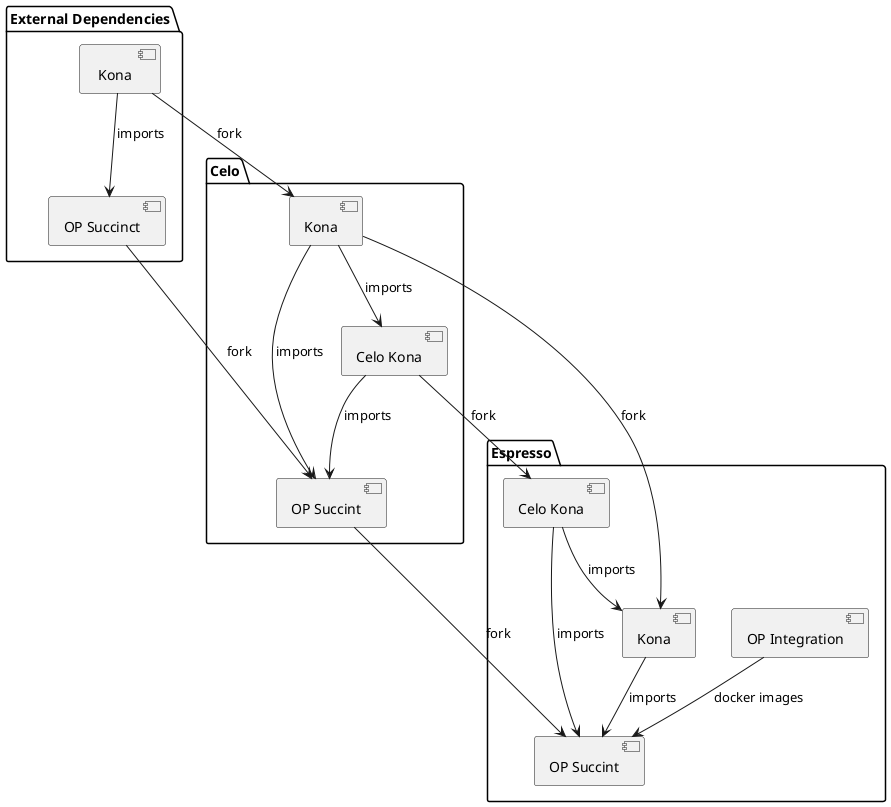
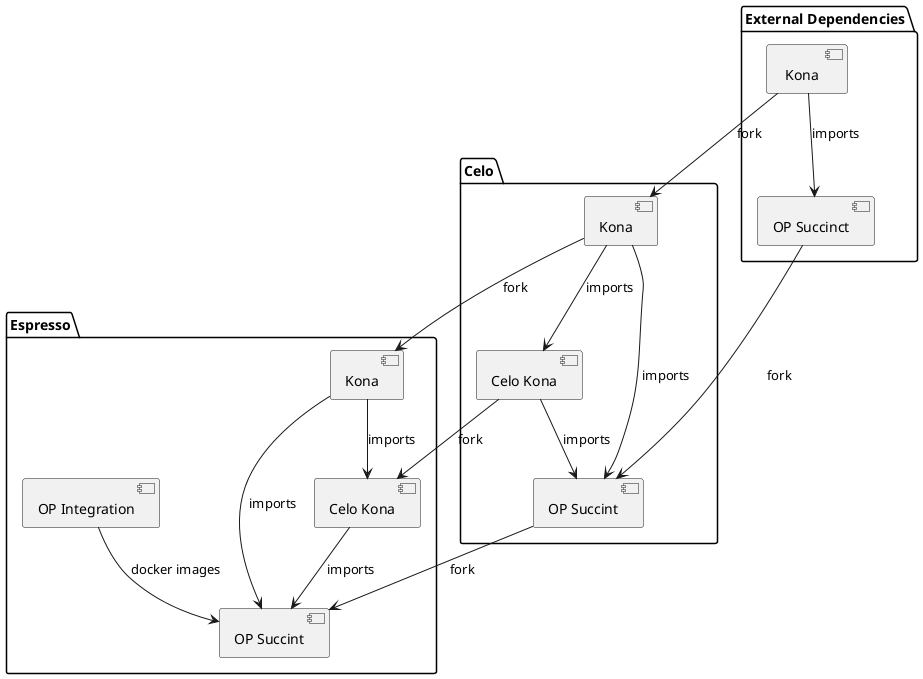
@startuml

package "External Dependencies" {
  [ Kona ] as KonaExternal
  [OP Succinct] as OPSuccintExternal
}

package "Celo" {
  [Kona] as KonaCelo
  [Celo Kona] as CeloKonaCelo
  [OP Succint] as OPSuccintCelo
}

package "Espresso" {
  [Kona] as KonaEspresso
  [Celo Kona] as CeloKonaEspresso
  [OP Succint] as OPSuccintEspresso
  [OP Integration] as OpIntegration
}


KonaCelo--> CeloKonaCelo: imports

CeloKonaCelo--> OPSuccintCelo : imports
KonaExternal--> OPSuccintExternal : imports
KonaCelo  --> OPSuccintCelo: imports

KonaExternal --> KonaCelo: fork
OPSuccintExternal --> OPSuccintCelo: fork
KonaCelo --> KonaEspresso: fork
CeloKonaCelo --> CeloKonaEspresso: fork
OPSuccintCelo --> OPSuccintEspresso: fork

OpIntegration --> OPSuccintEspresso : docker images
- CeloKonaEspresso  --> KonaEspresso: imports
+ KonaEspresso   --> CeloKonaEspresso: imports
CeloKonaEspresso  --> OPSuccintEspresso : imports
KonaEspresso --> OPSuccintEspresso : imports


@enduml
